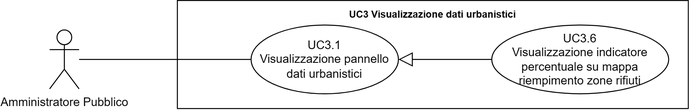
Before: src/3_PB/AnalisiDeiRequisiti/assets/UML/UC3.6_Visualizzazione-indicatore-percentuale-su-mappa-riempimento-zone-rifiuti.png, a diagram exported from draw.io (SWATEngineering/Docs). Source tidied: cells renumbered, new cells last; positions are measured from the earlier drawing's top-left corner, leaving out a move shared by most shapes.
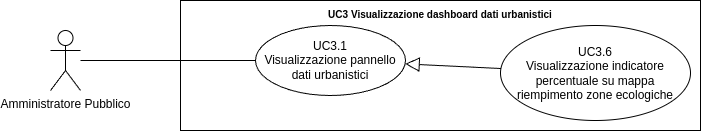
Above is the later version.

What changed in the source:
```diff
@@ -5,14 +5,14 @@
     <mxCell id="2" value="Amministratore Pubblico" style="shape=umlActor;verticalLabelPosition=bottom;verticalAlign=top;html=1;outlineConnect=0;" parent="1" vertex="1">
       <mxGeometry y="30" width="30" height="60" as="geometry" />
     </mxCell>
-    <mxCell id="3" value="&lt;b style=&quot;border-color: var(--border-color); font-size: 10px;&quot;&gt;UC3 Visualizzazione dati urbanistici&lt;/b&gt;" style="shape=rect;html=1;verticalAlign=top;fontStyle=1;whiteSpace=wrap;align=center;" parent="1" vertex="1">
-      <mxGeometry x="130" width="520" height="110" as="geometry" />
+    <mxCell id="3" value="&lt;b style=&quot;border-color: var(--border-color); font-size: 10px;&quot;&gt;UC3 Visualizzazione dashboard dati urbanistici&lt;/b&gt;" style="shape=rect;html=1;verticalAlign=top;fontStyle=1;whiteSpace=wrap;align=center;" parent="1" vertex="1">
+      <mxGeometry x="130" width="520" height="130" as="geometry" />
     </mxCell>
     <mxCell id="4" style="edgeStyle=none;html=1;endArrow=none;verticalAlign=bottom;rounded=0;" parent="1" edge="1" source="2" target="6">
       <mxGeometry relative="1" as="geometry" />
     </mxCell>
-    <mxCell id="5" value="UC3.6&lt;br&gt;Visualizzazione indicatore percentuale su mappa riempimento zone rifiuti" style="ellipse;whiteSpace=wrap;html=1;" parent="1" vertex="1">
-      <mxGeometry x="450" y="25" width="180" height="70" as="geometry" />
+    <mxCell id="5" value="UC3.6&lt;br&gt;Visualizzazione indicatore percentuale su mappa riempimento zone ecologiche" style="ellipse;whiteSpace=wrap;html=1;" parent="1" vertex="1">
+      <mxGeometry x="450" y="25" width="190" height="95" as="geometry" />
     </mxCell>
     <mxCell id="6" value="UC3.1&lt;br style=&quot;border-color: var(--border-color);&quot;&gt;Visualizzazione pannello dati urbanistici" style="ellipse;whiteSpace=wrap;html=1;" parent="1" vertex="1">
       <mxGeometry x="205" y="25" width="150" height="70" as="geometry" />
```
